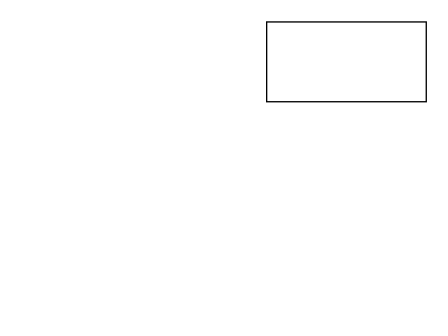
xiao-do-do/authentication keeps this draw.io diagram as 未命名绘图.drawio. Above is the earlier version. Source tidied: cells renumbered, new cells numbered last; positions are measured from the earlier drawing's top-left corner, leaving out a move shared by most shapes. Both pictures are drawn from the tidied source at 133%, with x=0, y=0 at pixel (266, 21).
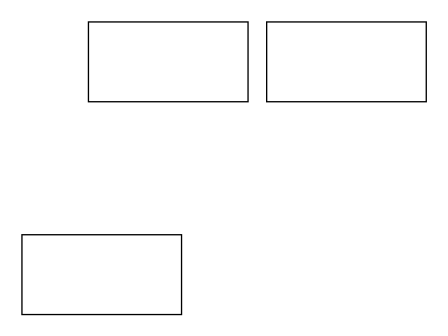
Above is the later version.

Commit message (it also covers changes not shown here):
更新未命名绘图.drawio

Diff of the diagram source:
```diff
@@
 <mxGraphModel>
   <root>
     <mxCell id="0" />
     <mxCell id="1" parent="0" />
     <mxCell id="2" style="rounded=0;whiteSpace=wrap;html=1;" parent="1" vertex="1">
       <mxGeometry width="120" height="60" as="geometry" />
     </mxCell>
+    <mxCell id="3" style="rounded=0;whiteSpace=wrap;html=1;" parent="1" vertex="1">
+      <mxGeometry x="-134" width="120" height="60" as="geometry" />
+    </mxCell>
+    <mxCell id="4" style="rounded=0;whiteSpace=wrap;html=1;" parent="1" vertex="1">
+      <mxGeometry x="-184" y="160" width="120" height="60" as="geometry" />
+    </mxCell>
   </root>
 </mxGraphModel>
```
